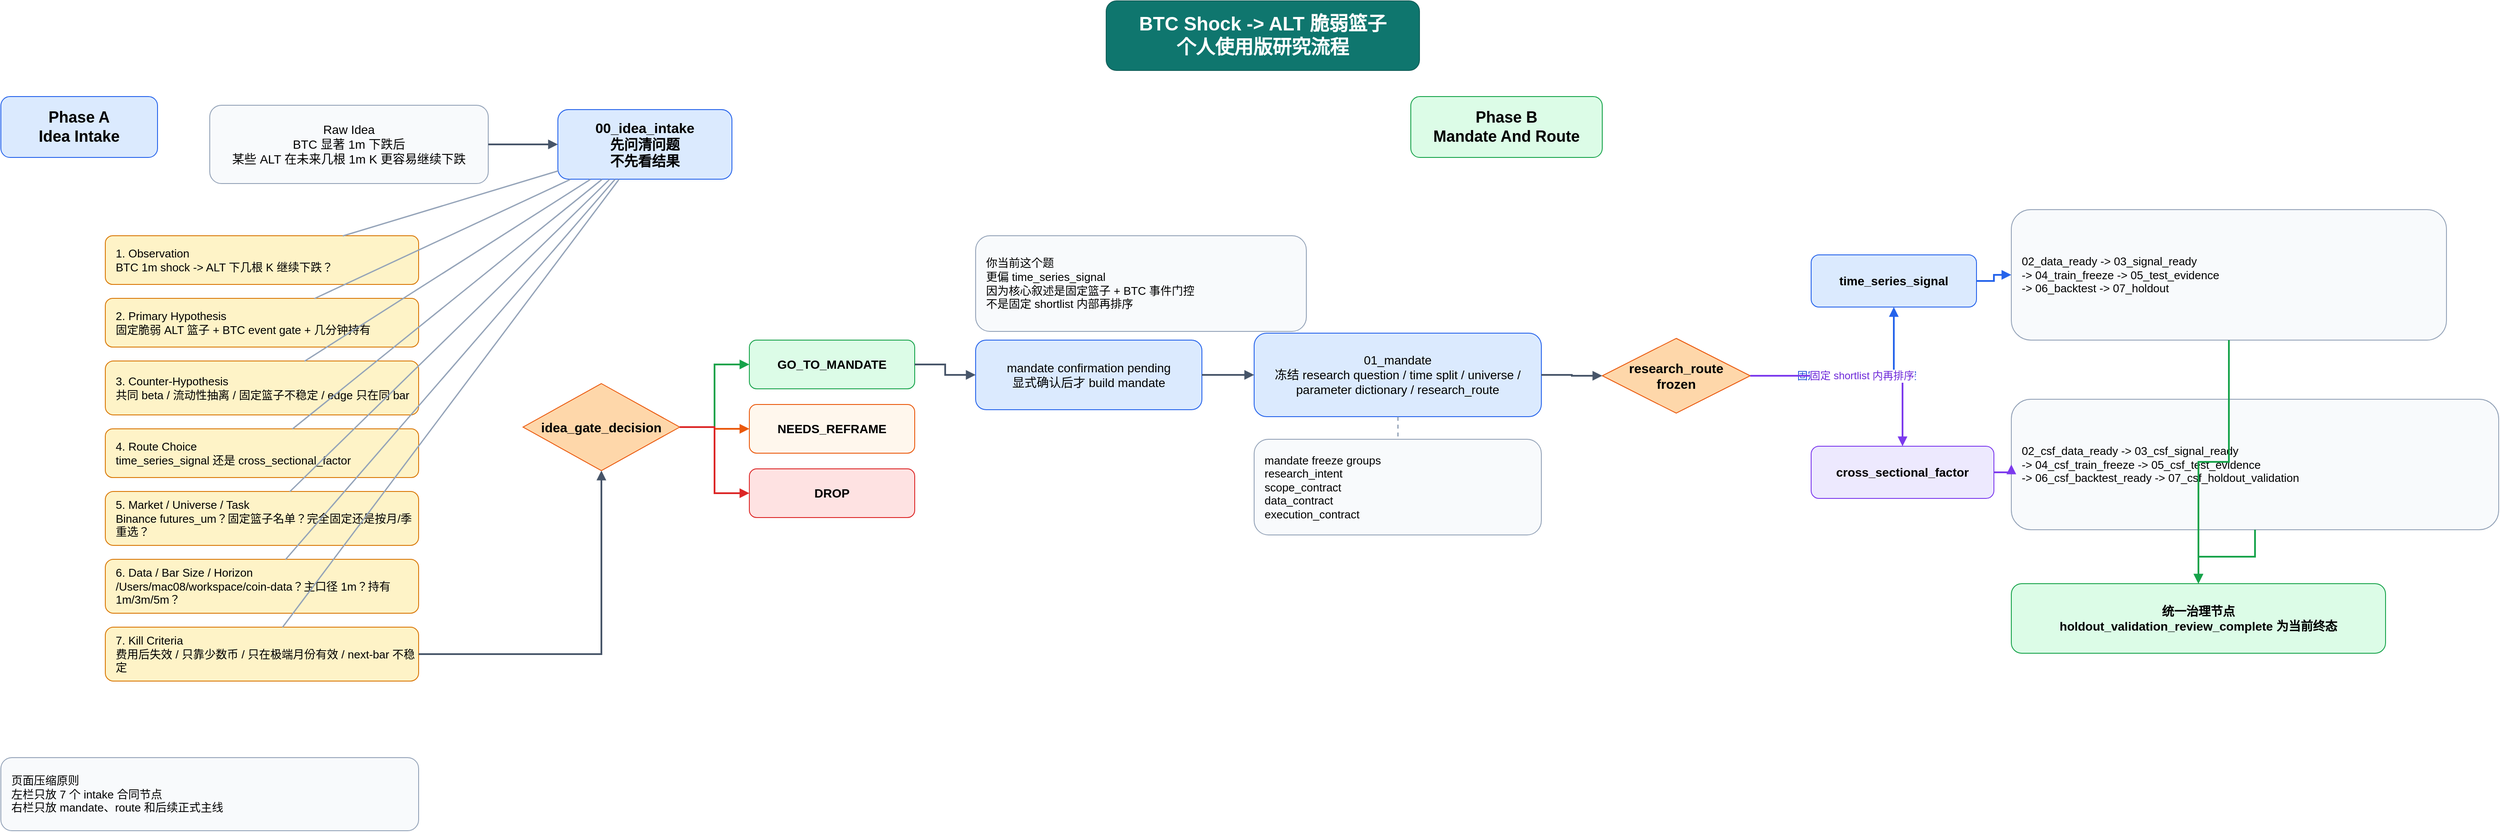
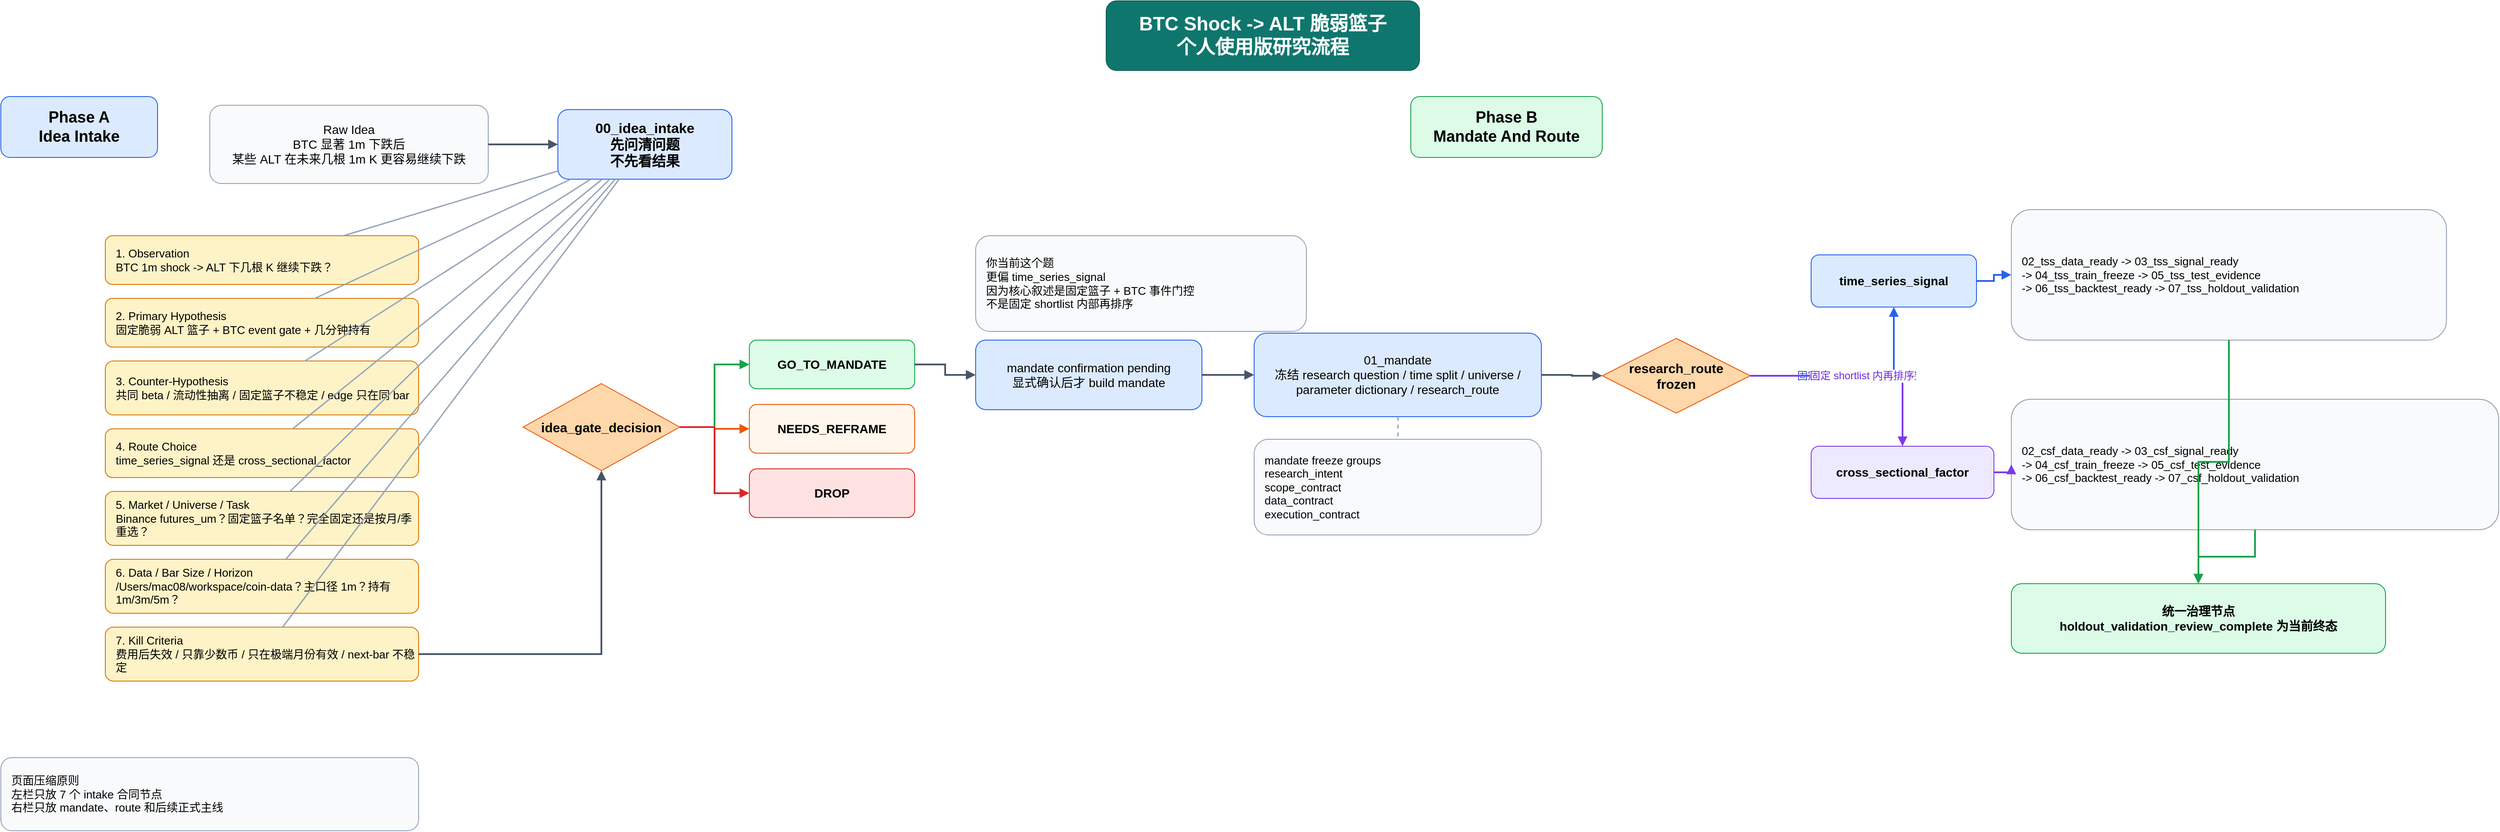
<?xml version="1.0" ?>
<mxfile host="app.diagrams.net" modified="2026-03-30T00:00:00.000Z" agent="Codex" version="26.2.2">
  <diagram id="factor-workflow" name="Factor Workflow">
    <mxGraphModel dx="1600" dy="1200" grid="1" gridSize="10" guides="1" tooltips="1" connect="1" arrows="1" fold="1" page="1" pageScale="1" pageWidth="3400" pageHeight="1800" math="0" post_holdout_observation="0">
      <root>
        <mxCell id="0"/>
        <mxCell id="1" parent="0"/>
        <mxCell id="2" value="BTC Shock -&gt; ALT 脆弱篮子&#xa;个人使用版研究流程" style="rounded=1;whiteSpace=wrap;html=1;fillColor=#0F766E;fontColor=#FFFFFF;strokeColor=#115E59;fontStyle=1;fontSize=22;" vertex="1" parent="1">
          <mxGeometry x="1390" y="30" width="360" height="80" as="geometry"/>
        </mxCell>
        <mxCell id="3" value="Phase A&#xa;Idea Intake" style="rounded=1;whiteSpace=wrap;html=1;fillColor=#DBEAFE;strokeColor=#2563EB;fontStyle=1;fontSize=18;" vertex="1" parent="1">
          <mxGeometry x="120" y="140" width="180" height="70" as="geometry"/>
        </mxCell>
        <mxCell id="4" value="Phase B&#xa;Mandate And Route" style="rounded=1;whiteSpace=wrap;html=1;fillColor=#DCFCE7;strokeColor=#16A34A;fontStyle=1;fontSize=18;" vertex="1" parent="1">
          <mxGeometry x="1740" y="140" width="220" height="70" as="geometry"/>
        </mxCell>
        <mxCell id="5" value="Raw Idea&#xa;BTC 显著 1m 下跌后&#xa;某些 ALT 在未来几根 1m K 更容易继续下跌" style="rounded=1;whiteSpace=wrap;html=1;fillColor=#F8FAFC;strokeColor=#94A3B8;fontSize=14;" vertex="1" parent="1">
          <mxGeometry x="360" y="150" width="320" height="90" as="geometry"/>
        </mxCell>
        <mxCell id="6" value="00_idea_intake&#xa;先问清问题&#xa;不先看结果" style="rounded=1;whiteSpace=wrap;html=1;fillColor=#DBEAFE;strokeColor=#2563EB;fontStyle=1;fontSize=16;" vertex="1" parent="1">
          <mxGeometry x="760" y="155" width="200" height="80" as="geometry"/>
        </mxCell>
        <mxCell id="7" value="1. Observation&#xa;BTC 1m shock -&gt; ALT 下几根 K 继续下跌？" style="rounded=1;whiteSpace=wrap;html=1;fillColor=#FEF3C7;strokeColor=#D97706;fontSize=13;align=left;spacingLeft=10;" vertex="1" parent="1">
          <mxGeometry x="240" y="300" width="360" height="56" as="geometry"/>
        </mxCell>
        <mxCell id="8" value="2. Primary Hypothesis&#xa;固定脆弱 ALT 篮子 + BTC event gate + 几分钟持有" style="rounded=1;whiteSpace=wrap;html=1;fillColor=#FEF3C7;strokeColor=#D97706;fontSize=13;align=left;spacingLeft=10;" vertex="1" parent="1">
          <mxGeometry x="240" y="372" width="360" height="56" as="geometry"/>
        </mxCell>
        <mxCell id="9" value="3. Counter-Hypothesis&#xa;共同 beta / 流动性抽离 / 固定篮子不稳定 / edge 只在同 bar" style="rounded=1;whiteSpace=wrap;html=1;fillColor=#FEF3C7;strokeColor=#D97706;fontSize=13;align=left;spacingLeft=10;" vertex="1" parent="1">
          <mxGeometry x="240" y="444" width="360" height="62" as="geometry"/>
        </mxCell>
        <mxCell id="10" value="4. Route Choice&#xa;time_series_signal 还是 cross_sectional_factor" style="rounded=1;whiteSpace=wrap;html=1;fillColor=#FEF3C7;strokeColor=#D97706;fontSize=13;align=left;spacingLeft=10;" vertex="1" parent="1">
          <mxGeometry x="240" y="522" width="360" height="56" as="geometry"/>
        </mxCell>
        <mxCell id="11" value="5. Market / Universe / Task&#xa;Binance futures_um？固定篮子名单？完全固定还是按月/季重选？" style="rounded=1;whiteSpace=wrap;html=1;fillColor=#FEF3C7;strokeColor=#D97706;fontSize=13;align=left;spacingLeft=10;" vertex="1" parent="1">
          <mxGeometry x="240" y="594" width="360" height="62" as="geometry"/>
        </mxCell>
        <mxCell id="12" value="6. Data / Bar Size / Horizon&#xa;/Users/mac08/workspace/coin-data？主口径 1m？持有 1m/3m/5m？" style="rounded=1;whiteSpace=wrap;html=1;fillColor=#FEF3C7;strokeColor=#D97706;fontSize=13;align=left;spacingLeft=10;" vertex="1" parent="1">
          <mxGeometry x="240" y="672" width="360" height="62" as="geometry"/>
        </mxCell>
        <mxCell id="13" value="7. Kill Criteria&#xa;费用后失效 / 只靠少数币 / 只在极端月份有效 / next-bar 不稳定" style="rounded=1;whiteSpace=wrap;html=1;fillColor=#FEF3C7;strokeColor=#D97706;fontSize=13;align=left;spacingLeft=10;" vertex="1" parent="1">
          <mxGeometry x="240" y="750" width="360" height="62" as="geometry"/>
        </mxCell>
        <mxCell id="14" value="idea_gate_decision" style="rhombus;whiteSpace=wrap;html=1;fillColor=#FED7AA;strokeColor=#EA580C;fontStyle=1;fontSize=15;" vertex="1" parent="1">
          <mxGeometry x="720" y="470" width="180" height="100" as="geometry"/>
        </mxCell>
        <mxCell id="15" value="GO_TO_MANDATE" style="rounded=1;whiteSpace=wrap;html=1;fillColor=#DCFCE7;strokeColor=#16A34A;fontSize=14;fontStyle=1;" vertex="1" parent="1">
          <mxGeometry x="980" y="420" width="190" height="56" as="geometry"/>
        </mxCell>
        <mxCell id="16" value="NEEDS_REFRAME" style="rounded=1;whiteSpace=wrap;html=1;fillColor=#FFF7ED;strokeColor=#EA580C;fontSize=14;fontStyle=1;" vertex="1" parent="1">
          <mxGeometry x="980" y="494" width="190" height="56" as="geometry"/>
        </mxCell>
        <mxCell id="17" value="DROP" style="rounded=1;whiteSpace=wrap;html=1;fillColor=#FEE2E2;strokeColor=#DC2626;fontSize=14;fontStyle=1;" vertex="1" parent="1">
          <mxGeometry x="980" y="568" width="190" height="56" as="geometry"/>
        </mxCell>
        <mxCell id="18" value="你当前这个题&#xa;更偏 time_series_signal&#xa;因为核心叙述是固定篮子 + BTC 事件门控&#xa;不是固定 shortlist 内部再排序" style="rounded=1;whiteSpace=wrap;html=1;fillColor=#F8FAFC;strokeColor=#94A3B8;fontSize=13;align=left;spacingLeft=10;" vertex="1" parent="1">
          <mxGeometry x="1240" y="300" width="380" height="110" as="geometry"/>
        </mxCell>
        <mxCell id="19" value="mandate confirmation pending&#xa;显式确认后才 build mandate" style="rounded=1;whiteSpace=wrap;html=1;fillColor=#DBEAFE;strokeColor=#2563EB;fontSize=14;" vertex="1" parent="1">
          <mxGeometry x="1240" y="420" width="260" height="80" as="geometry"/>
        </mxCell>
        <mxCell id="20" value="01_mandate&#xa;冻结 research question / time split / universe / parameter dictionary / research_route" style="rounded=1;whiteSpace=wrap;html=1;fillColor=#DBEAFE;strokeColor=#2563EB;fontSize=14;" vertex="1" parent="1">
          <mxGeometry x="1560" y="412" width="330" height="96" as="geometry"/>
        </mxCell>
        <mxCell id="21" value="mandate freeze groups&#xa;research_intent&#xa;scope_contract&#xa;data_contract&#xa;execution_contract" style="rounded=1;whiteSpace=wrap;html=1;fillColor=#F8FAFC;strokeColor=#94A3B8;fontSize=13;align=left;spacingLeft=10;" vertex="1" parent="1">
          <mxGeometry x="1560" y="534" width="330" height="110" as="geometry"/>
        </mxCell>
        <mxCell id="22" value="research_route&#xa;frozen" style="rhombus;whiteSpace=wrap;html=1;fillColor=#FED7AA;strokeColor=#EA580C;fontStyle=1;fontSize=15;" vertex="1" parent="1">
          <mxGeometry x="1960" y="418" width="170" height="86" as="geometry"/>
        </mxCell>
        <mxCell id="23" value="time_series_signal" style="rounded=1;whiteSpace=wrap;html=1;fillColor=#DBEAFE;strokeColor=#2563EB;fontStyle=1;fontSize=14;" vertex="1" parent="1">
          <mxGeometry x="2200" y="322" width="190" height="60" as="geometry"/>
        </mxCell>
-         <mxCell id="24" value="02_data_ready -&gt; 03_signal_ready&#xa;-&gt; 04_train_freeze -&gt; 05_test_evidence&#xa;-&gt; 06_backtest -&gt; 07_holdout" style="rounded=1;whiteSpace=wrap;html=1;fillColor=#F8FAFC;strokeColor=#94A3B8;fontSize=13;align=left;spacingLeft=10;" vertex="1" parent="1">
+         <mxCell id="24" value="02_tss_data_ready -&gt; 03_tss_signal_ready&#xa;-&gt; 04_tss_train_freeze -&gt; 05_tss_test_evidence&#xa;-&gt; 06_tss_backtest_ready -&gt; 07_tss_holdout_validation" style="rounded=1;whiteSpace=wrap;html=1;fillColor=#F8FAFC;strokeColor=#94A3B8;fontSize=13;align=left;spacingLeft=10;" vertex="1" parent="1">
          <mxGeometry x="2430" y="270" width="500" height="150" as="geometry"/>
        </mxCell>
        <mxCell id="25" value="cross_sectional_factor" style="rounded=1;whiteSpace=wrap;html=1;fillColor=#EDE9FE;strokeColor=#7C3AED;fontStyle=1;fontSize=14;" vertex="1" parent="1">
          <mxGeometry x="2200" y="542" width="210" height="60" as="geometry"/>
        </mxCell>
        <mxCell id="26" value="02_csf_data_ready -&gt; 03_csf_signal_ready&#xa;-&gt; 04_csf_train_freeze -&gt; 05_csf_test_evidence&#xa;-&gt; 06_csf_backtest_ready -&gt; 07_csf_holdout_validation" style="rounded=1;whiteSpace=wrap;html=1;fillColor=#F8FAFC;strokeColor=#94A3B8;fontSize=13;align=left;spacingLeft=10;" vertex="1" parent="1">
          <mxGeometry x="2430" y="488" width="560" height="150" as="geometry"/>
        </mxCell>
        <mxCell id="27" value="统一治理节点&#xa;holdout_validation_review_complete 为当前终态" style="rounded=1;whiteSpace=wrap;html=1;fillColor=#DCFCE7;strokeColor=#16A34A;fontSize=14;fontStyle=1;" vertex="1" parent="1">
          <mxGeometry x="2430" y="700" width="430" height="80" as="geometry"/>
        </mxCell>
        <mxCell id="28" value="页面压缩原则&#xa;左栏只放 7 个 intake 合同节点&#xa;右栏只放 mandate、route 和后续正式主线" style="rounded=1;whiteSpace=wrap;html=1;fillColor=#F8FAFC;strokeColor=#94A3B8;fontSize=13;align=left;spacingLeft=10;" vertex="1" parent="1">
          <mxGeometry x="120" y="900" width="480" height="84" as="geometry"/>
        </mxCell>
        <mxCell id="29" style="edgeStyle=orthogonalEdgeStyle;rounded=0;orthogonalLoop=1;jettySize=auto;html=1;strokeWidth=2;endArrow=block;endFill=1;strokeColor=#475569;" edge="1" parent="1" source="5" target="6">
          <mxGeometry relative="1" as="geometry"/>
        </mxCell>
        <mxCell id="30" style="curved=1;strokeWidth=1.5;html=1;endArrow=none;strokeColor=#94A3B8;" edge="1" parent="1" source="6" target="7">
          <mxGeometry relative="1" as="geometry"/>
        </mxCell>
        <mxCell id="31" style="curved=1;strokeWidth=1.5;html=1;endArrow=none;strokeColor=#94A3B8;" edge="1" parent="1" source="6" target="8">
          <mxGeometry relative="1" as="geometry"/>
        </mxCell>
        <mxCell id="32" style="curved=1;strokeWidth=1.5;html=1;endArrow=none;strokeColor=#94A3B8;" edge="1" parent="1" source="6" target="9">
          <mxGeometry relative="1" as="geometry"/>
        </mxCell>
        <mxCell id="33" style="curved=1;strokeWidth=1.5;html=1;endArrow=none;strokeColor=#94A3B8;" edge="1" parent="1" source="6" target="10">
          <mxGeometry relative="1" as="geometry"/>
        </mxCell>
        <mxCell id="34" style="curved=1;strokeWidth=1.5;html=1;endArrow=none;strokeColor=#94A3B8;" edge="1" parent="1" source="6" target="11">
          <mxGeometry relative="1" as="geometry"/>
        </mxCell>
        <mxCell id="35" style="curved=1;strokeWidth=1.5;html=1;endArrow=none;strokeColor=#94A3B8;" edge="1" parent="1" source="6" target="12">
          <mxGeometry relative="1" as="geometry"/>
        </mxCell>
        <mxCell id="36" style="curved=1;strokeWidth=1.5;html=1;endArrow=none;strokeColor=#94A3B8;" edge="1" parent="1" source="6" target="13">
          <mxGeometry relative="1" as="geometry"/>
        </mxCell>
        <mxCell id="37" style="edgeStyle=orthogonalEdgeStyle;rounded=0;orthogonalLoop=1;jettySize=auto;html=1;strokeWidth=2;endArrow=block;endFill=1;strokeColor=#475569;" edge="1" parent="1" source="13" target="14">
          <mxGeometry relative="1" as="geometry"/>
        </mxCell>
        <mxCell id="38" style="edgeStyle=orthogonalEdgeStyle;rounded=0;orthogonalLoop=1;jettySize=auto;html=1;strokeWidth=2;endArrow=block;endFill=1;strokeColor=#16A34A;" edge="1" parent="1" source="14" target="15">
          <mxGeometry relative="1" as="geometry"/>
        </mxCell>
        <mxCell id="39" style="edgeStyle=orthogonalEdgeStyle;rounded=0;orthogonalLoop=1;jettySize=auto;html=1;strokeWidth=2;endArrow=block;endFill=1;strokeColor=#EA580C;" edge="1" parent="1" source="14" target="16">
          <mxGeometry relative="1" as="geometry"/>
        </mxCell>
        <mxCell id="40" style="edgeStyle=orthogonalEdgeStyle;rounded=0;orthogonalLoop=1;jettySize=auto;html=1;strokeWidth=2;endArrow=block;endFill=1;strokeColor=#DC2626;" edge="1" parent="1" source="14" target="17">
          <mxGeometry relative="1" as="geometry"/>
        </mxCell>
        <mxCell id="41" style="edgeStyle=orthogonalEdgeStyle;rounded=0;orthogonalLoop=1;jettySize=auto;html=1;strokeWidth=2;endArrow=block;endFill=1;strokeColor=#475569;" edge="1" parent="1" source="15" target="19">
          <mxGeometry relative="1" as="geometry"/>
        </mxCell>
        <mxCell id="42" style="edgeStyle=orthogonalEdgeStyle;rounded=0;orthogonalLoop=1;jettySize=auto;html=1;strokeWidth=2;endArrow=block;endFill=1;strokeColor=#475569;" edge="1" parent="1" source="19" target="20">
          <mxGeometry relative="1" as="geometry"/>
        </mxCell>
        <mxCell id="43" style="dashed=1;html=1;strokeWidth=1.5;endArrow=none;strokeColor=#94A3B8;" edge="1" parent="1" source="20" target="21">
          <mxGeometry relative="1" as="geometry"/>
        </mxCell>
        <mxCell id="44" style="edgeStyle=orthogonalEdgeStyle;rounded=0;orthogonalLoop=1;jettySize=auto;html=1;strokeWidth=2;endArrow=block;endFill=1;strokeColor=#475569;" edge="1" parent="1" source="20" target="22">
          <mxGeometry relative="1" as="geometry"/>
        </mxCell>
        <mxCell id="45" value="固定篮子 + BTC 事件门控" style="edgeStyle=orthogonalEdgeStyle;rounded=0;orthogonalLoop=1;jettySize=auto;html=1;strokeWidth=2;endArrow=block;endFill=1;strokeColor=#2563EB;fontSize=12;fontColor=#1D4ED8;" edge="1" parent="1" source="22" target="23">
          <mxGeometry relative="1" as="geometry"/>
        </mxCell>
        <mxCell id="46" value="固定 shortlist 内再排序" style="edgeStyle=orthogonalEdgeStyle;rounded=0;orthogonalLoop=1;jettySize=auto;html=1;strokeWidth=2;endArrow=block;endFill=1;strokeColor=#7C3AED;fontSize=12;fontColor=#6D28D9;" edge="1" parent="1" source="22" target="25">
          <mxGeometry relative="1" as="geometry"/>
        </mxCell>
        <mxCell id="47" style="edgeStyle=orthogonalEdgeStyle;rounded=0;orthogonalLoop=1;jettySize=auto;html=1;strokeWidth=2;endArrow=block;endFill=1;strokeColor=#2563EB;" edge="1" parent="1" source="23" target="24">
          <mxGeometry relative="1" as="geometry"/>
        </mxCell>
        <mxCell id="48" style="edgeStyle=orthogonalEdgeStyle;rounded=0;orthogonalLoop=1;jettySize=auto;html=1;strokeWidth=2;endArrow=block;endFill=1;strokeColor=#7C3AED;" edge="1" parent="1" source="25" target="26">
          <mxGeometry relative="1" as="geometry"/>
        </mxCell>
        <mxCell id="49" style="edgeStyle=orthogonalEdgeStyle;rounded=0;orthogonalLoop=1;jettySize=auto;html=1;strokeWidth=2;endArrow=block;endFill=1;strokeColor=#16A34A;" edge="1" parent="1" source="24" target="27">
          <mxGeometry relative="1" as="geometry"/>
        </mxCell>
        <mxCell id="50" style="edgeStyle=orthogonalEdgeStyle;rounded=0;orthogonalLoop=1;jettySize=auto;html=1;strokeWidth=2;endArrow=block;endFill=1;strokeColor=#16A34A;" edge="1" parent="1" source="26" target="27">
          <mxGeometry relative="1" as="geometry"/>
        </mxCell>
      </root>
    </mxGraphModel>
  </diagram>
</mxfile>
